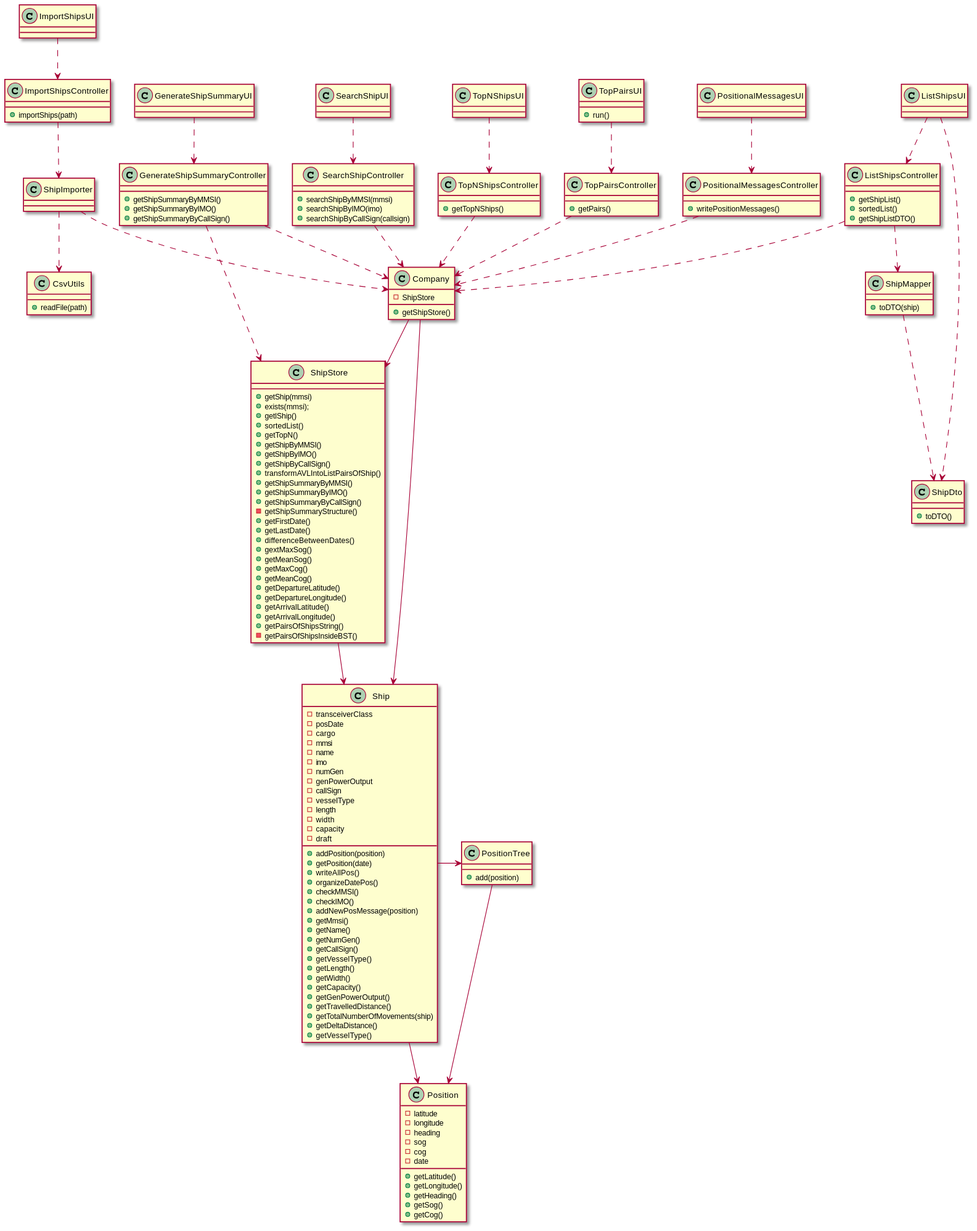
Above: Docs/CD.svg in MarianaCLages/LAPR3 (PlantUML), before the change.
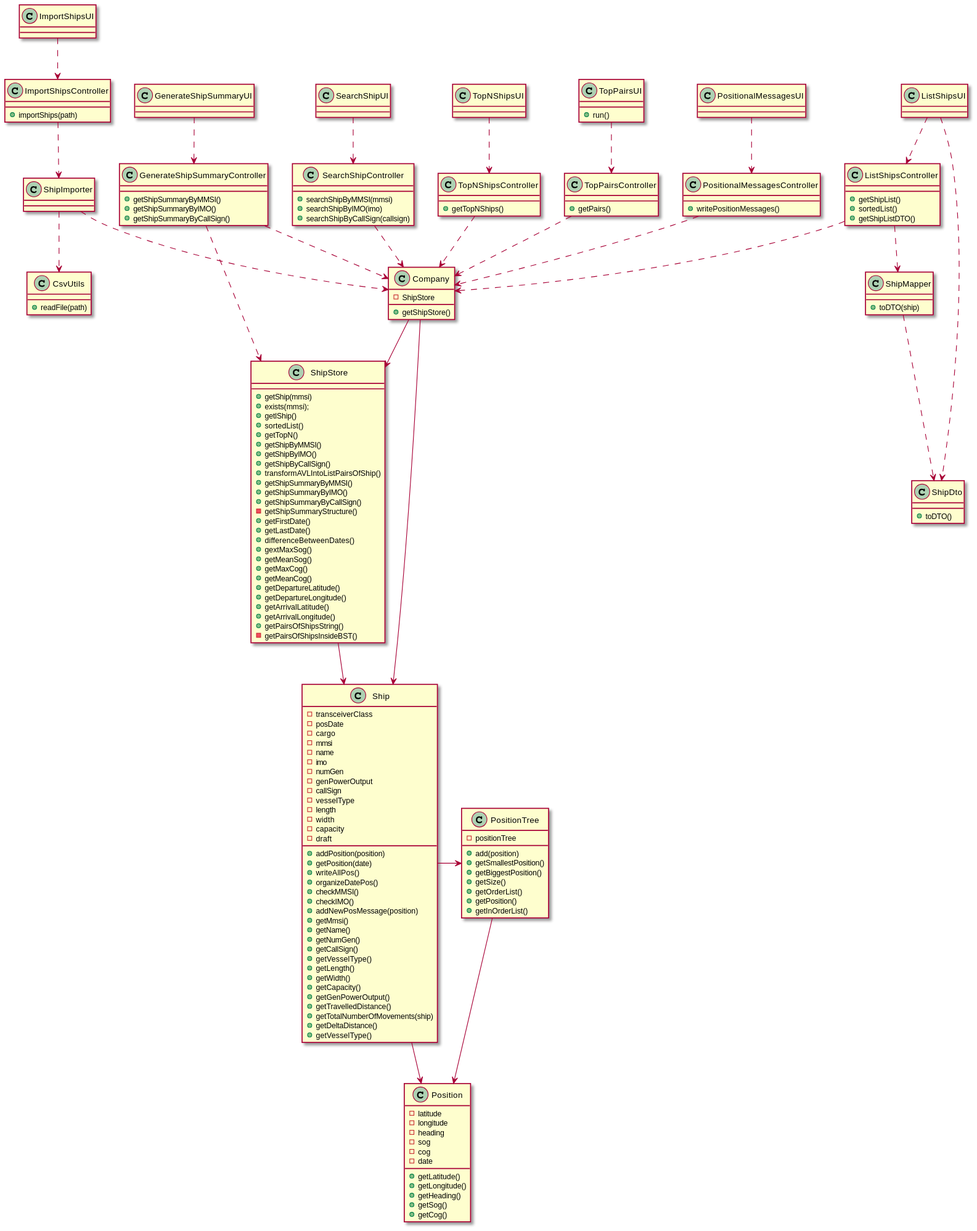
Above is the later version.

Commit message:
LAPR22G96-36 #close finished CD

The edit, as a diff of the source:
```diff
@@ -95,6 +95,13 @@
 
 class PositionTree{
 +add(position)
+-positionTree
++getSmallestPosition()
++getBiggestPosition()
++getSize()
++getOrderList()
++getPosition()
++getInOrderList()
 }
 
 class SearchShipUI{
```
